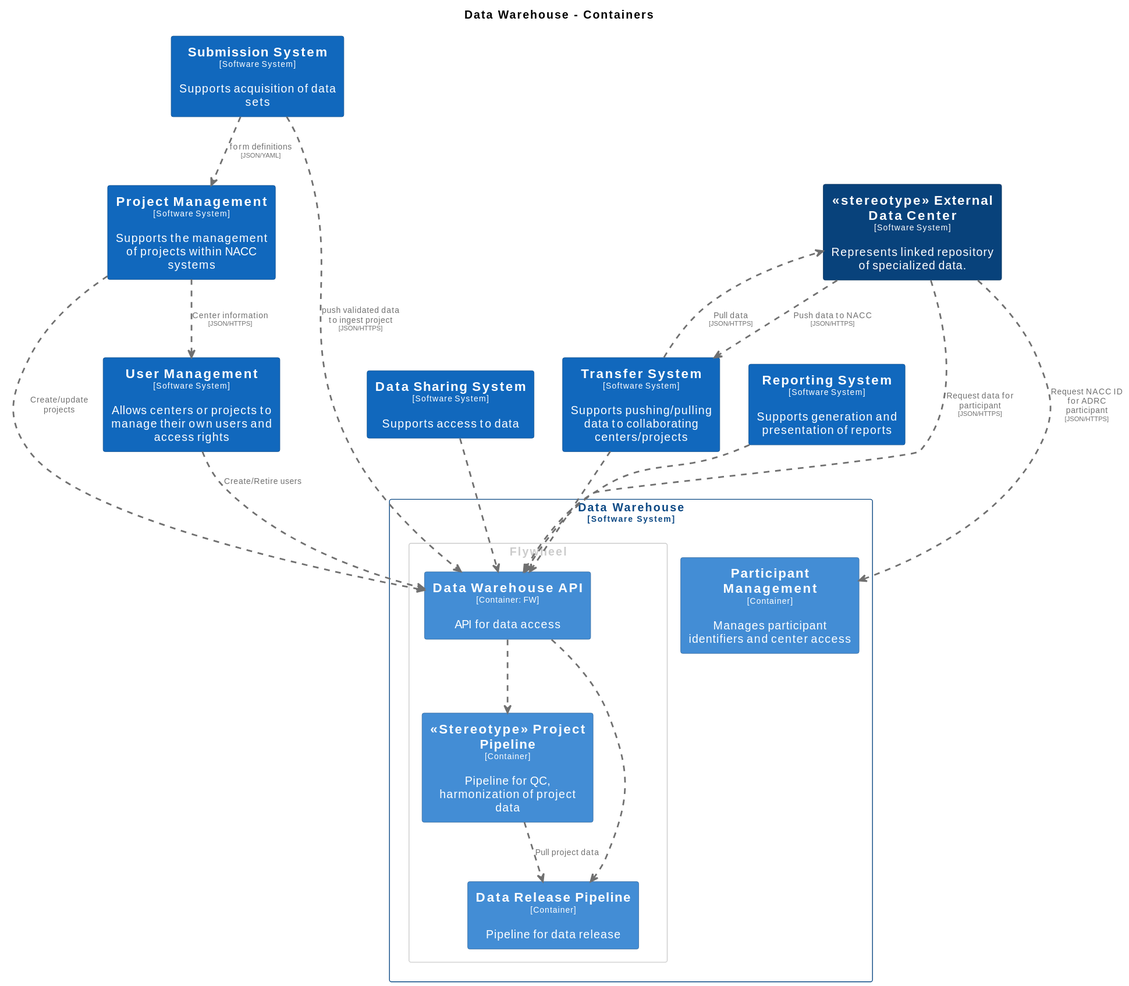
Before: docs/images/structurizr-WarehouseContainers.svg, a diagram exported from PlantUML (naccdata/system-design).
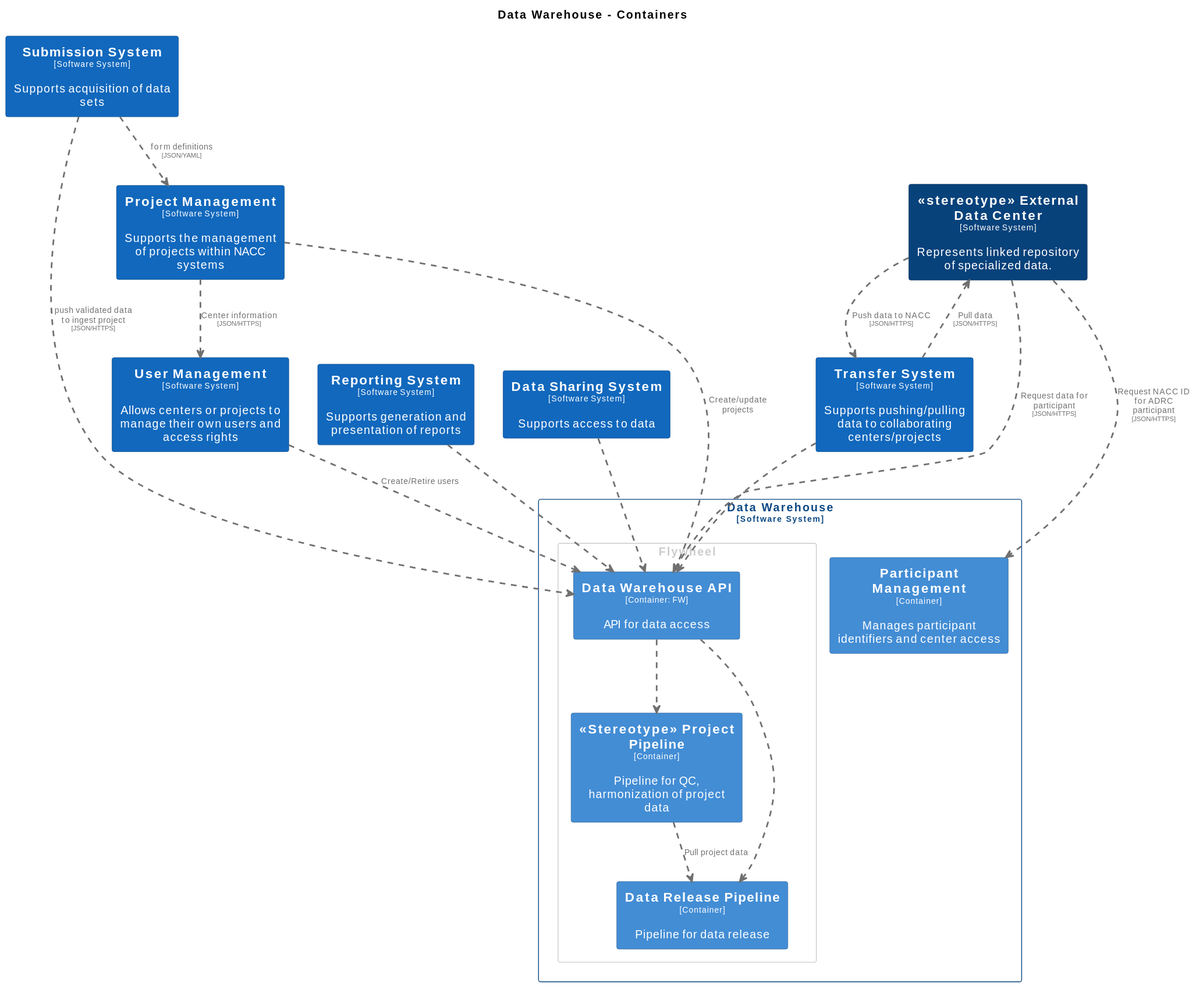
Later version of the same file.

Diff of the diagram source:
```diff
@@ -70,8 +70,8 @@
   BorderColor #0b4884
 }
 
+rectangle "==Submission System\n<size:10>[Software System]</size>\n\nSupports acquisition of data sets" <<SubmissionSystem>> as SubmissionSystem
 rectangle "==Reporting System\n<size:10>[Software System]</size>\n\nSupports generation and presentation of reports" <<ReportingSystem>> as ReportingSystem
-rectangle "==Submission System\n<size:10>[Software System]</size>\n\nSupports acquisition of data sets" <<SubmissionSystem>> as SubmissionSystem
 rectangle "==User Management\n<size:10>[Software System]</size>\n\nAllows centers or projects to manage their own users and access rights" <<UserManagement>> as UserManagement
 rectangle "==Project Management\n<size:10>[Software System]</size>\n\nSupports the management of projects within NACC systems" <<ProjectManagement>> as ProjectManagement
 rectangle "==Data Sharing System\n<size:10>[Software System]</size>\n\nSupports access to data" <<DataSharingSystem>> as DataSharingSystem
@@ -99,8 +99,8 @@
 DataWarehouse.StereotypeProjectPipeline .[#707070,thickness=2].> DataWarehouse.DataReleasePipeline : "<color:#707070>Pull project data"
 stereotypeExternalDataCenter .[#707070,thickness=2].> DataWarehouse.ParticipantManagement : "<color:#707070>Request NACC ID for ADRC participant\n<color:#707070><size:8>[JSON/HTTPS]</size>"
 stereotypeExternalDataCenter .[#707070,thickness=2].> DataWarehouse.DataWarehouseAPI : "<color:#707070>Request data for participant\n<color:#707070><size:8>[JSON/HTTPS]</size>"
+DataWarehouse.DataWarehouseAPI .[#707070,thickness=2].> DataWarehouse.StereotypeProjectPipeline : "<color:#707070>"
 stereotypeExternalDataCenter .[#707070,thickness=2].> TransferSystem : "<color:#707070>Push data to NACC\n<color:#707070><size:8>[JSON/HTTPS]</size>"
-DataWarehouse.DataWarehouseAPI .[#707070,thickness=2].> DataWarehouse.StereotypeProjectPipeline : "<color:#707070>"
 TransferSystem .[#707070,thickness=2].> stereotypeExternalDataCenter : "<color:#707070>Pull data\n<color:#707070><size:8>[JSON/HTTPS]</size>"
 DataWarehouse.DataWarehouseAPI .[#707070,thickness=2].> DataWarehouse.DataReleasePipeline : "<color:#707070>"
 UserManagement .[#707070,thickness=2].> DataWarehouse.DataWarehouseAPI : "<color:#707070>Create/Retire users"
```
